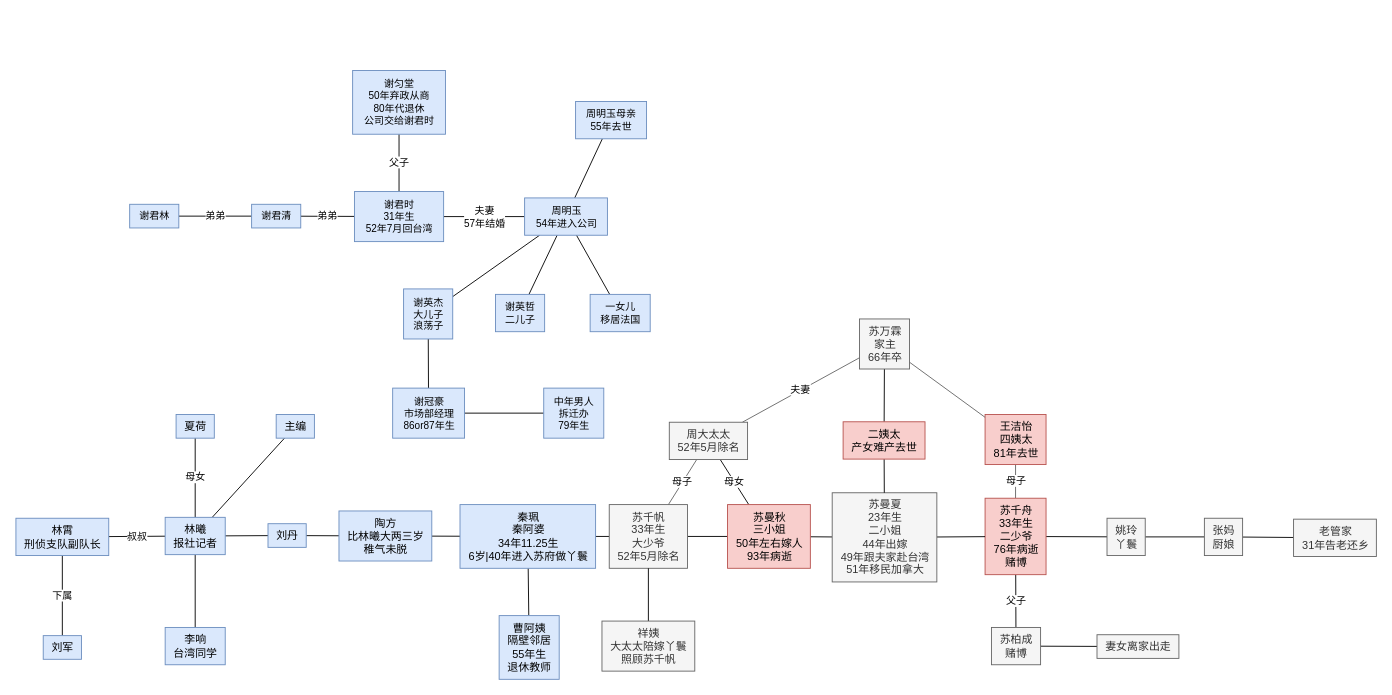
luboq/draw.io keeps this draw.io diagram as page "来易来，去难去" (13 of 13) of 剧本杀人物关系【总图】.drawio. Above is the earlier version. Source tidied: cells renumbered, new cells numbered last; positions are measured from the earlier drawing's top-left corner, leaving out a move shared by most shapes. Both pictures are drawn from the tidied source at 91%, with x=0, y=0 at pixel (15, 70).
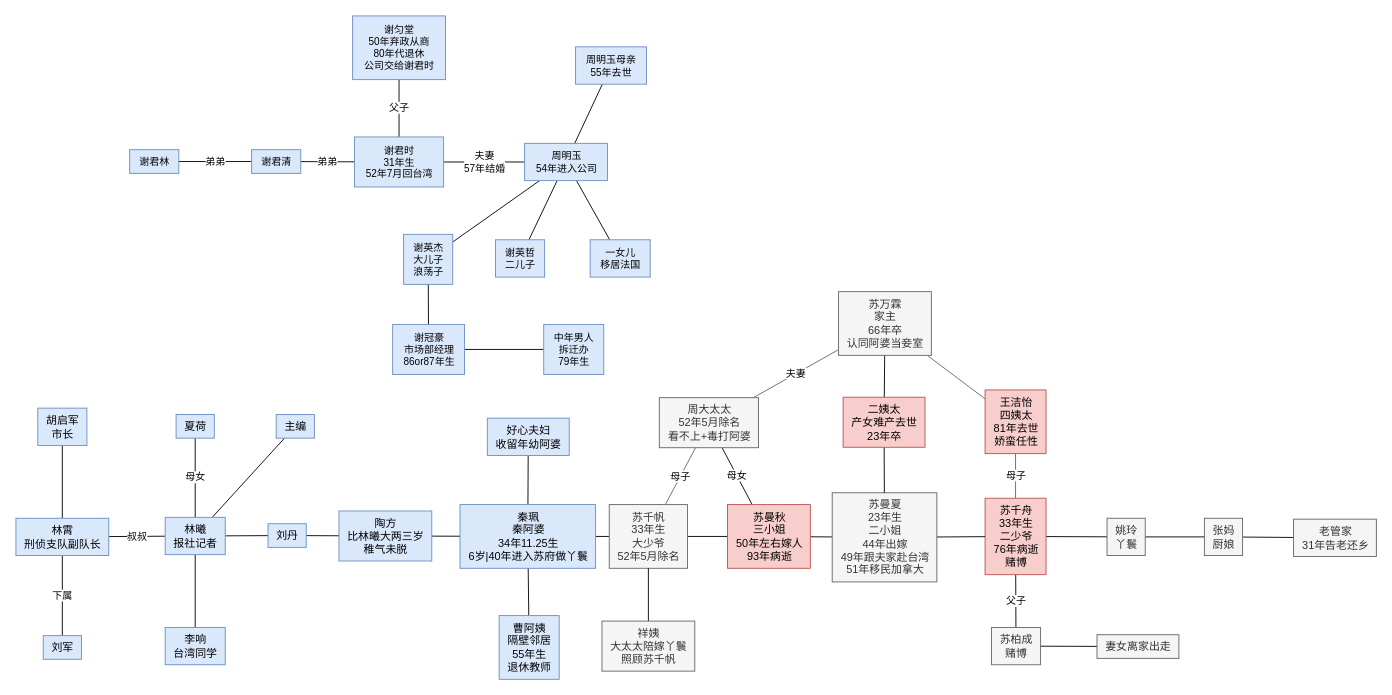
After the change.

Commit message:
更新剧本杀人物关系【总图】.drawio

The change refers to these unchanged cells:
```xml
<mxCell id="15" value="秦珮&lt;br&gt;秦阿婆&lt;br&gt;34年11.25生&lt;br&gt;6岁|40年进入苏府做丫鬟" style="text;html=1;align=center;verticalAlign=middle;points=[];strokeColor=#6c8ebf;fillColor=#dae8fc;" parent="1" vertex="1">
  <mxGeometry x="488" y="477" width="149" height="70" as="geometry" />
</mxCell>
<mxCell id="31" value="林霄&lt;br&gt;刑侦支队副队长" style="text;html=1;align=center;verticalAlign=middle;points=[];strokeColor=#6c8ebf;fillColor=#dae8fc;" parent="1" vertex="1">
  <mxGeometry y="492" width="102" height="41" as="geometry" />
</mxCell>
```

Change to the diagram source:
```diff
@@
+    <mxCell id="73" style="edgeStyle=none;shape=connector;rounded=0;jettySize=auto;html=1;labelBackgroundColor=default;strokeColor=default;fontFamily=Helvetica;fontSize=11;fontColor=default;endArrow=none;endFill=0;" parent="1" edge="1" source="15" target="76">
+      <mxGeometry relative="1" as="geometry" />
+    </mxCell>
@@
-    <mxCell id="25" value="周大太太&lt;br&gt;52年5月除名" style="text;html=1;align=center;verticalAlign=middle;points=[];strokeColor=#666666;fillColor=#f5f5f5;fontColor=#333333;" parent="1" vertex="1">
-      <mxGeometry x="718" y="386.5" width="86" height="41" as="geometry" />
+    <mxCell id="25" value="周大太太&lt;br&gt;52年5月除名&lt;br&gt;看不上+毒打阿婆" style="text;html=1;align=center;verticalAlign=middle;points=[];strokeColor=#666666;fillColor=#f5f5f5;fontColor=#333333;" parent="1" vertex="1">
+      <mxGeometry x="707" y="359.5" width="109" height="55" as="geometry" />
     </mxCell>
-    <mxCell id="26" value="王洁怡&lt;br&gt;四姨太&lt;br&gt;81年去世" style="text;html=1;align=center;verticalAlign=middle;points=[];strokeColor=#b85450;fillColor=#f8cecc;" parent="1" vertex="1">
-      <mxGeometry x="1065" y="378" width="67" height="55" as="geometry" />
+    <mxCell id="26" value="王洁怡&lt;br&gt;四姨太&lt;br&gt;81年去世&lt;br&gt;娇蛮任性" style="text;html=1;align=center;verticalAlign=middle;points=[];strokeColor=#b85450;fillColor=#f8cecc;" parent="1" vertex="1">
+      <mxGeometry x="1065" y="351" width="67" height="70" as="geometry" />
     </mxCell>
@@
-    <mxCell id="29" value="苏万霖&lt;br&gt;家主&lt;br&gt;66年卒" style="text;html=1;align=center;verticalAlign=middle;points=[];strokeColor=#666666;fillColor=#f5f5f5;fontColor=#333333;" parent="1" vertex="1">
-      <mxGeometry x="927" y="273" width="55" height="55" as="geometry" />
+    <mxCell id="29" value="苏万霖&lt;br&gt;家主&lt;br&gt;66年卒&lt;br&gt;认同阿婆当妾室" style="text;html=1;align=center;verticalAlign=middle;points=[];strokeColor=#666666;fillColor=#f5f5f5;fontColor=#333333;" parent="1" vertex="1">
+      <mxGeometry x="904" y="243" width="102" height="70" as="geometry" />
     </mxCell>
@@
+    <mxCell id="74" style="edgeStyle=none;shape=connector;rounded=0;jettySize=auto;html=1;labelBackgroundColor=default;strokeColor=default;fontFamily=Helvetica;fontSize=11;fontColor=default;endArrow=none;endFill=0;" parent="1" edge="1" source="31" target="75">
+      <mxGeometry relative="1" as="geometry" />
+    </mxCell>
@@
-    <mxCell id="43" value="二姨太&lt;br&gt;产女难产去世" style="text;html=1;align=center;verticalAlign=middle;points=[];fillColor=#f8cecc;strokeColor=#b85450;" parent="1" vertex="1">
-      <mxGeometry x="909" y="386" width="90" height="41" as="geometry" />
+    <mxCell id="43" value="二姨太&lt;br&gt;产女难产去世&lt;br&gt;23年卒" style="text;html=1;align=center;verticalAlign=middle;points=[];fillColor=#f8cecc;strokeColor=#b85450;" parent="1" vertex="1">
+      <mxGeometry x="909" y="359" width="90" height="55" as="geometry" />
     </mxCell>
@@
     <mxCell id="48" value="谢君时&lt;br&gt;31年生&lt;br&gt;52年7月回台湾" style="text;html=1;align=center;verticalAlign=middle;points=[];strokeColor=#6c8ebf;fillColor=#dae8fc;fontSize=11;fontFamily=Helvetica;" parent="1" vertex="1">
-      <mxGeometry x="372" y="133" width="98" height="55" as="geometry" />
+      <mxGeometry x="372" y="73" width="98" height="55" as="geometry" />
     </mxCell>
     <mxCell id="49" value="谢匀堂&lt;br&gt;50年弃政从商&lt;br&gt;80年代退休&lt;br&gt;公司交给谢君时" style="text;html=1;align=center;verticalAlign=middle;points=[];strokeColor=#6c8ebf;fillColor=#dae8fc;fontSize=11;fontFamily=Helvetica;" parent="1" vertex="1">
-      <mxGeometry x="370" width="102" height="70" as="geometry" />
+      <mxGeometry x="370" y="-60" width="102" height="70" as="geometry" />
     </mxCell>
@@
     <mxCell id="54" value="周明玉&lt;br&gt;54年进入公司" style="text;html=1;align=center;verticalAlign=middle;points=[];strokeColor=#6c8ebf;fillColor=#dae8fc;fontSize=11;fontFamily=Helvetica;" parent="1" vertex="1">
-      <mxGeometry x="559" y="140" width="91" height="41" as="geometry" />
+      <mxGeometry x="559" y="80" width="91" height="41" as="geometry" />
     </mxCell>
@@
     <mxCell id="56" value="谢君清" style="text;html=1;align=center;verticalAlign=middle;points=[];strokeColor=#6c8ebf;fillColor=#dae8fc;fontSize=11;fontFamily=Helvetica;" parent="1" vertex="1">
-      <mxGeometry x="259" y="147" width="54" height="26" as="geometry" />
+      <mxGeometry x="259" y="87" width="54" height="26" as="geometry" />
     </mxCell>
     <mxCell id="57" value="周明玉母亲&lt;br&gt;55年去世" style="text;html=1;align=center;verticalAlign=middle;points=[];strokeColor=#6c8ebf;fillColor=#dae8fc;fontSize=11;fontFamily=Helvetica;" parent="1" vertex="1">
-      <mxGeometry x="615" y="34" width="78" height="41" as="geometry" />
+      <mxGeometry x="615" y="-26" width="78" height="41" as="geometry" />
     </mxCell>
@@
     <mxCell id="59" value="谢英杰&lt;br&gt;大儿子&lt;br&gt;浪荡子" style="text;html=1;align=center;verticalAlign=middle;points=[];strokeColor=#6c8ebf;fillColor=#dae8fc;fontSize=11;fontFamily=Helvetica;" parent="1" vertex="1">
-      <mxGeometry x="426" y="240" width="54" height="55" as="geometry" />
+      <mxGeometry x="426" y="180" width="54" height="55" as="geometry" />
     </mxCell>
     <mxCell id="60" value="一女儿&lt;br&gt;移居法国" style="text;html=1;align=center;verticalAlign=middle;points=[];strokeColor=#6c8ebf;fillColor=#dae8fc;fontSize=11;fontFamily=Helvetica;" parent="1" vertex="1">
-      <mxGeometry x="631" y="246" width="66" height="41" as="geometry" />
+      <mxGeometry x="631" y="186" width="66" height="41" as="geometry" />
     </mxCell>
@@
     <mxCell id="63" value="谢冠豪&lt;br&gt;市场部经理&lt;br&gt;86or87年生" style="text;html=1;align=center;verticalAlign=middle;points=[];strokeColor=#6c8ebf;fillColor=#dae8fc;fontSize=11;fontFamily=Helvetica;" parent="1" vertex="1">
-      <mxGeometry x="414" y="349" width="79" height="55" as="geometry" />
+      <mxGeometry x="414" y="279" width="79" height="55" as="geometry" />
     </mxCell>
     <mxCell id="64" value="谢英哲&lt;br&gt;二儿子" style="text;html=1;align=center;verticalAlign=middle;points=[];strokeColor=#6c8ebf;fillColor=#dae8fc;fontSize=11;fontFamily=Helvetica;" parent="1" vertex="1">
-      <mxGeometry x="527" y="246" width="54" height="41" as="geometry" />
+      <mxGeometry x="527" y="186" width="54" height="41" as="geometry" />
     </mxCell>
     <mxCell id="65" value="谢君林" style="text;html=1;align=center;verticalAlign=middle;points=[];strokeColor=#6c8ebf;fillColor=#dae8fc;fontSize=11;fontFamily=Helvetica;" parent="1" vertex="1">
-      <mxGeometry x="125" y="147" width="54" height="26" as="geometry" />
+      <mxGeometry x="125" y="87" width="54" height="26" as="geometry" />
     </mxCell>
@@
     <mxCell id="72" value="中年男人&lt;br&gt;拆迁办&lt;br&gt;79年生" style="text;html=1;align=center;verticalAlign=middle;points=[];strokeColor=#6c8ebf;fillColor=#dae8fc;fontSize=11;fontFamily=Helvetica;" parent="1" vertex="1">
-      <mxGeometry x="580" y="349" width="66" height="55" as="geometry" />
+      <mxGeometry x="580" y="279" width="66" height="55" as="geometry" />
     </mxCell>
+    <mxCell id="75" value="胡启军&lt;br&gt;市长" style="text;html=1;align=center;verticalAlign=middle;points=[];strokeColor=#6c8ebf;fillColor=#dae8fc;" parent="1" vertex="1">
+      <mxGeometry x="24" y="371" width="54" height="41" as="geometry" />
+    </mxCell>
+    <mxCell id="76" value="好心夫妇&lt;br&gt;收留年幼阿婆" style="text;html=1;align=center;verticalAlign=middle;points=[];strokeColor=#6c8ebf;fillColor=#dae8fc;" parent="1" vertex="1">
+      <mxGeometry x="518" y="382" width="90" height="41" as="geometry" />
+    </mxCell>
```
